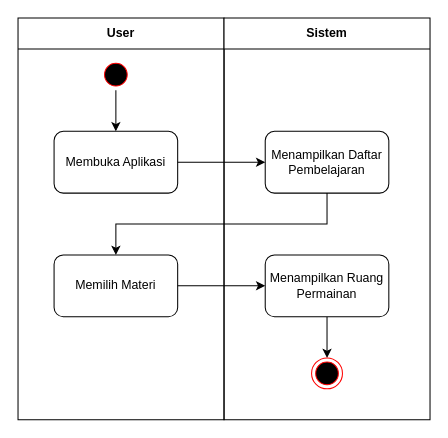
Above: skripsi/skripsi/gambar/BAB III/Analisa Sistem Berjalan.drawio in hako-975/UNPAM-File (draw.io), before the change. Source tidied: cells renumbered, new cells numbered last; positions are measured from the earlier drawing's top-left corner, leaving out a move shared by most shapes. Both pictures are drawn from the tidied source at 103%, with x=0, y=0 at pixel (18, 18).
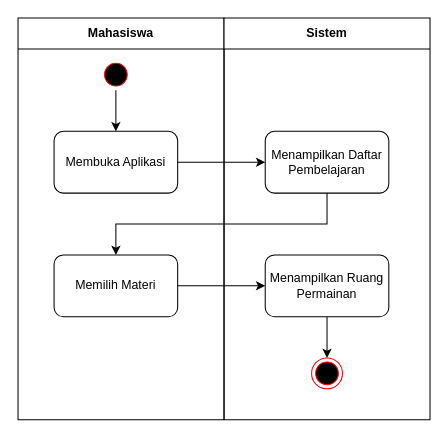
The same diagram, later.

Diff of the diagram source:
```diff
@@
 <mxGraphModel>
   <root>
     <mxCell id="0" />
     <mxCell id="1" parent="0" />
-    <mxCell id="2" value="User" style="swimlane;whiteSpace=wrap;html=1;startSize=30;" parent="1" vertex="1">
+    <mxCell id="2" value="Mahasiswa" style="swimlane;whiteSpace=wrap;html=1;startSize=30;" parent="1" vertex="1">
       <mxGeometry width="200" height="390" as="geometry" />
     </mxCell>
     <mxCell id="3" style="edgeStyle=orthogonalEdgeStyle;rounded=0;jettySize=auto;html=1;entryX=0.5;entryY=0;entryDx=0;entryDy=0;" parent="2" edge="1" source="4" target="5">
       <mxGeometry relative="1" as="geometry" />
     </mxCell>
     <mxCell id="4" style="ellipse;html=1;shape=startState;fillColor=#000000;strokeColor=#ff0000;" parent="2" vertex="1">
       <mxGeometry x="80" y="40" width="30" height="30" as="geometry" />
     </mxCell>
     <mxCell id="5" value="Membuka Aplikasi" style="rounded=1;whiteSpace=wrap;html=1;" parent="2" vertex="1">
       <mxGeometry x="35" y="110" width="120" height="60" as="geometry" />
     </mxCell>
     <mxCell id="6" value="Memilih Materi" style="whiteSpace=wrap;html=1;rounded=1;" parent="2" vertex="1">
       <mxGeometry x="35" y="230" width="120" height="60" as="geometry" />
     </mxCell>
     <mxCell id="7" value="Sistem" style="swimlane;whiteSpace=wrap;html=1;startSize=30;" parent="1" vertex="1">
       <mxGeometry x="200" width="200" height="390" as="geometry" />
     </mxCell>
     <mxCell id="8" value="Menampilkan Daftar Pembelajaran" style="whiteSpace=wrap;html=1;rounded=1;" parent="7" vertex="1">
       <mxGeometry x="40" y="110" width="120" height="60" as="geometry" />
     </mxCell>
     <mxCell id="9" style="edgeStyle=orthogonalEdgeStyle;rounded=0;jettySize=auto;html=1;exitX=1;exitY=0.5;exitDx=0;exitDy=0;" parent="7" edge="1" source="5" target="8">
       <mxGeometry relative="1" as="geometry" />
     </mxCell>
     <mxCell id="10" style="edgeStyle=orthogonalEdgeStyle;rounded=0;jettySize=auto;html=1;entryX=0.5;entryY=0;entryDx=0;entryDy=0;" parent="7" edge="1" source="11" target="12">
       <mxGeometry relative="1" as="geometry" />
     </mxCell>
     <mxCell id="11" value="Menampilkan Ruang Permainan" style="whiteSpace=wrap;html=1;rounded=1;" parent="7" vertex="1">
       <mxGeometry x="40" y="230" width="120" height="60" as="geometry" />
     </mxCell>
     <mxCell id="12" style="ellipse;html=1;shape=endState;fillColor=#000000;strokeColor=#ff0000;" parent="7" vertex="1">
       <mxGeometry x="85" y="330" width="30" height="30" as="geometry" />
     </mxCell>
     <mxCell id="13" style="edgeStyle=orthogonalEdgeStyle;rounded=0;jettySize=auto;html=1;exitX=0.5;exitY=1;exitDx=0;exitDy=0;" parent="1" edge="1" source="8" target="6">
       <mxGeometry relative="1" as="geometry" />
     </mxCell>
     <mxCell id="14" style="edgeStyle=orthogonalEdgeStyle;rounded=0;jettySize=auto;html=1;exitX=1;exitY=0.5;exitDx=0;exitDy=0;" parent="1" edge="1" source="6" target="11">
       <mxGeometry relative="1" as="geometry" />
     </mxCell>
   </root>
 </mxGraphModel>
```
